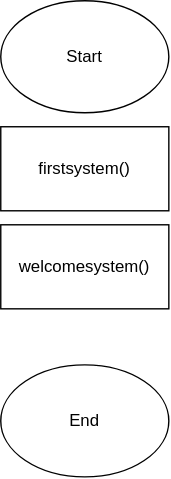
Nuttph/Project_C_Flowchart keeps this draw.io diagram as Project_C.drawio.svg. Above is the earlier version. Source tidied: cells renumbered, new cells last; positions are measured from the earlier drawing's top-left corner, leaving out a move shared by most shapes.
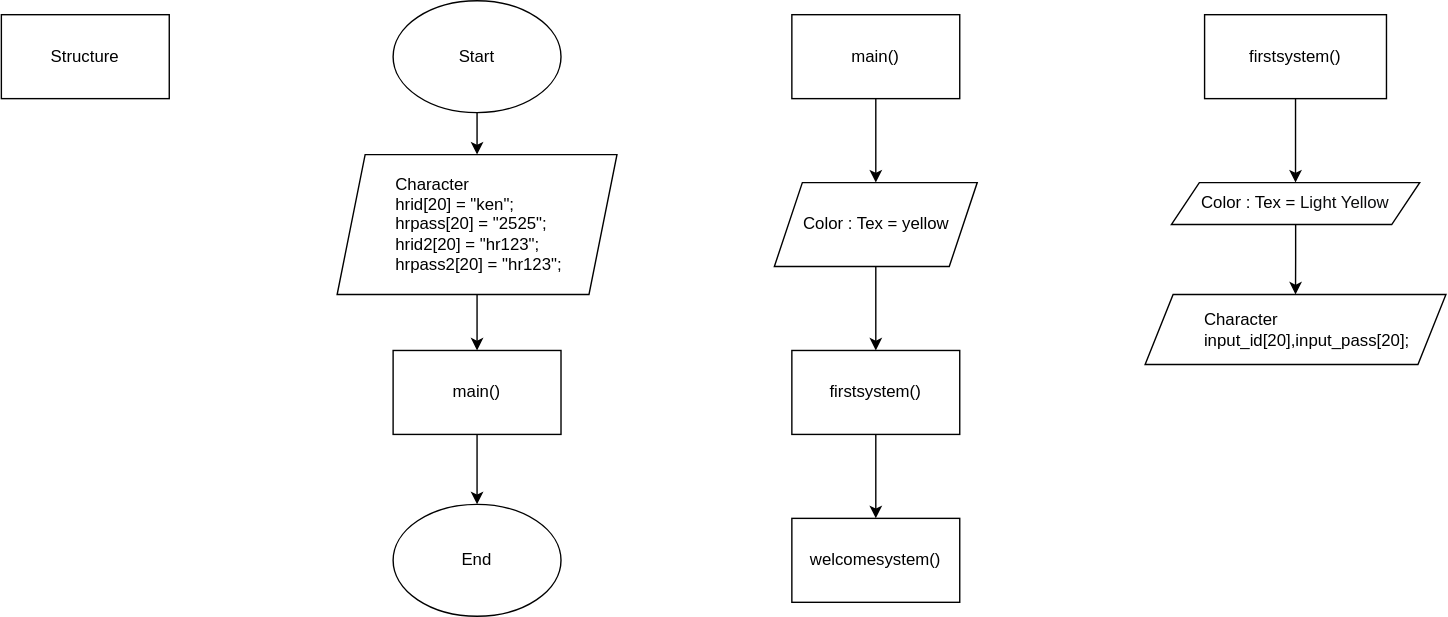
After the commit.

What changed in the source:
```diff
@@ -2,17 +2,65 @@
   <root>
     <mxCell id="0" />
     <mxCell id="1" parent="0" />
+    <mxCell id="6" style="edgeStyle=orthogonalEdgeStyle;rounded=0;jettySize=auto;html=1;entryX=0.5;entryY=0;entryDx=0;entryDy=0;" parent="1" edge="1" source="2" target="12">
+      <mxGeometry relative="1" as="geometry" />
+    </mxCell>
     <mxCell id="2" value="Start" style="ellipse;whiteSpace=wrap;html=1;" parent="1" vertex="1">
-      <mxGeometry width="120" height="80" as="geometry" />
+      <mxGeometry x="6" width="120" height="80" as="geometry" />
     </mxCell>
     <mxCell id="3" value="End" style="ellipse;whiteSpace=wrap;html=1;" parent="1" vertex="1">
-      <mxGeometry y="260" width="120" height="80" as="geometry" />
+      <mxGeometry x="6" y="360" width="120" height="80" as="geometry" />
     </mxCell>
+    <mxCell id="7" style="edgeStyle=orthogonalEdgeStyle;rounded=0;jettySize=auto;html=1;entryX=0.5;entryY=0;entryDx=0;entryDy=0;" parent="1" edge="1" source="4" target="20">
+      <mxGeometry relative="1" as="geometry" />
+    </mxCell>
     <mxCell id="4" value="firstsystem()" style="rounded=0;whiteSpace=wrap;html=1;" parent="1" vertex="1">
-      <mxGeometry y="90" width="120" height="60" as="geometry" />
+      <mxGeometry x="586" y="10" width="130" height="60" as="geometry" />
     </mxCell>
     <mxCell id="5" value="welcomesystem()" style="rounded=0;whiteSpace=wrap;html=1;" parent="1" vertex="1">
-      <mxGeometry y="160" width="120" height="60" as="geometry" />
+      <mxGeometry x="291" y="370" width="120" height="60" as="geometry" />
     </mxCell>
+    <mxCell id="8" style="edgeStyle=orthogonalEdgeStyle;rounded=0;jettySize=auto;html=1;entryX=0.5;entryY=0;entryDx=0;entryDy=0;" parent="1" edge="1" source="9" target="5">
+      <mxGeometry relative="1" as="geometry" />
+    </mxCell>
+    <mxCell id="9" value="firstsystem()" style="rounded=0;whiteSpace=wrap;html=1;" parent="1" vertex="1">
+      <mxGeometry x="291" y="250" width="120" height="60" as="geometry" />
+    </mxCell>
+    <mxCell id="10" value="Structure" style="rounded=0;whiteSpace=wrap;html=1;" parent="1" vertex="1">
+      <mxGeometry x="-274" y="10" width="120" height="60" as="geometry" />
+    </mxCell>
+    <mxCell id="11" style="edgeStyle=orthogonalEdgeStyle;rounded=0;jettySize=auto;html=1;entryX=0.5;entryY=0;entryDx=0;entryDy=0;" parent="1" edge="1" source="12" target="14">
+      <mxGeometry relative="1" as="geometry" />
+    </mxCell>
+    <mxCell id="12" value="&lt;blockquote style=&quot;margin: 0 0 0 40px; border: none; padding: 0px;&quot;&gt;&lt;div&gt;Character&lt;/div&gt;&lt;div&gt;hrid[20] = &quot;ken&quot;;&lt;/div&gt;&lt;div&gt;hrpass[20] = &quot;2525&quot;;&lt;/div&gt;&lt;div&gt;hrid2[20] = &quot;hr123&quot;;&lt;/div&gt;&lt;div&gt;hrpass2[20] = &quot;hr123&quot;;&lt;/div&gt;&lt;/blockquote&gt;" style="shape=parallelogram;perimeter=parallelogramPerimeter;whiteSpace=wrap;html=1;fixedSize=1;align=left;" parent="1" vertex="1">
+      <mxGeometry x="-34" y="110" width="200" height="100" as="geometry" />
+    </mxCell>
+    <mxCell id="13" style="edgeStyle=orthogonalEdgeStyle;rounded=0;jettySize=auto;html=1;entryX=0.5;entryY=0;entryDx=0;entryDy=0;" parent="1" edge="1" source="14" target="3">
+      <mxGeometry relative="1" as="geometry" />
+    </mxCell>
+    <mxCell id="14" value="main()" style="rounded=0;whiteSpace=wrap;html=1;" parent="1" vertex="1">
+      <mxGeometry x="6" y="250" width="120" height="60" as="geometry" />
+    </mxCell>
+    <mxCell id="15" style="edgeStyle=orthogonalEdgeStyle;rounded=0;jettySize=auto;html=1;entryX=0.5;entryY=0;entryDx=0;entryDy=0;" parent="1" edge="1" source="16" target="18">
+      <mxGeometry relative="1" as="geometry" />
+    </mxCell>
+    <mxCell id="16" value="main()" style="rounded=0;whiteSpace=wrap;html=1;" parent="1" vertex="1">
+      <mxGeometry x="291" y="10" width="120" height="60" as="geometry" />
+    </mxCell>
+    <mxCell id="17" style="edgeStyle=orthogonalEdgeStyle;rounded=0;jettySize=auto;html=1;entryX=0.5;entryY=0;entryDx=0;entryDy=0;" parent="1" edge="1" source="18" target="9">
+      <mxGeometry relative="1" as="geometry" />
+    </mxCell>
+    <mxCell id="18" value="Color : Tex = yellow" style="shape=parallelogram;perimeter=parallelogramPerimeter;whiteSpace=wrap;html=1;fixedSize=1;" parent="1" vertex="1">
+      <mxGeometry x="278.5" y="130" width="145" height="60" as="geometry" />
+    </mxCell>
+    <mxCell id="19" style="edgeStyle=orthogonalEdgeStyle;rounded=0;jettySize=auto;html=1;entryX=0.5;entryY=0;entryDx=0;entryDy=0;" parent="1" edge="1" source="20" target="21">
+      <mxGeometry relative="1" as="geometry" />
+    </mxCell>
+    <mxCell id="20" value="Color : Tex =&amp;nbsp;&lt;span style=&quot;background-color: transparent; font-family: inherit; font-size: var(--_pr-code-fs); font-style: inherit; font-variant-ligatures: inherit; font-variant-caps: inherit; font-weight: inherit; white-space: inherit; color: rgb(12, 13, 14); text-align: left;&quot;&gt;Light Yellow&lt;/span&gt;" style="shape=parallelogram;perimeter=parallelogramPerimeter;whiteSpace=wrap;html=1;fixedSize=1;" parent="1" vertex="1">
+      <mxGeometry x="562.2" y="130" width="177.5" height="30" as="geometry" />
+    </mxCell>
+    <mxCell id="21" value="&lt;blockquote style=&quot;margin: 0px 0px 0px 40px; border: none; padding: 0px;&quot;&gt;Character&lt;/blockquote&gt;&lt;blockquote style=&quot;margin: 0px 0px 0px 40px; border: none; padding: 0px;&quot;&gt;&lt;span style=&quot;background-color: initial;&quot;&gt;input_id[20],input_pass[20];&lt;/span&gt;&lt;/blockquote&gt;" style="shape=parallelogram;perimeter=parallelogramPerimeter;whiteSpace=wrap;html=1;fixedSize=1;align=left;" parent="1" vertex="1">
+      <mxGeometry x="543.5" y="210" width="215" height="50" as="geometry" />
+    </mxCell>
   </root>
 </mxGraphModel>
```
